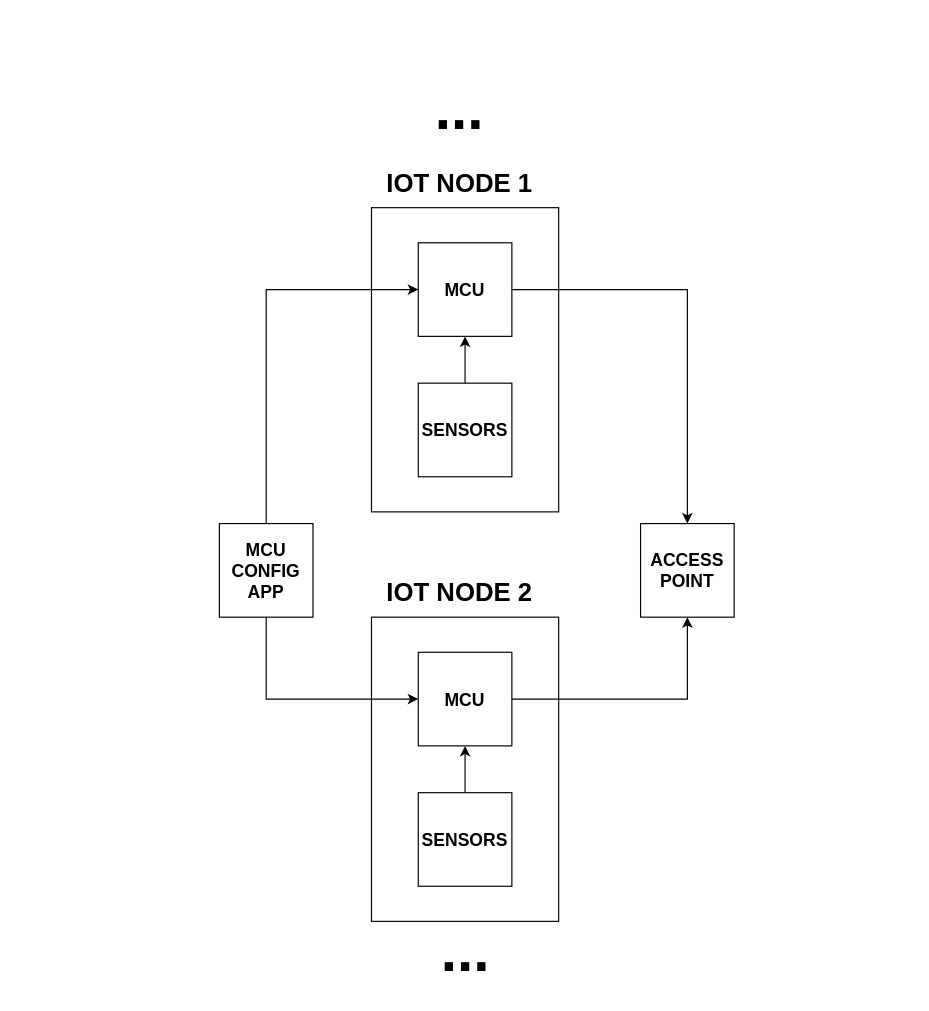
Before: Documentation/Diagrams/IoT Node Diagram.drawio in MiguelRocha2001/PS-Monitor-IoT-System, a draw.io diagram. Source tidied: cells renumbered, new cells numbered last; positions are measured from the earlier drawing's top-left corner, leaving out a move shared by most shapes. Both pictures are drawn from the tidied source at 117%, with x=0, y=0 at pixel (219, 67).
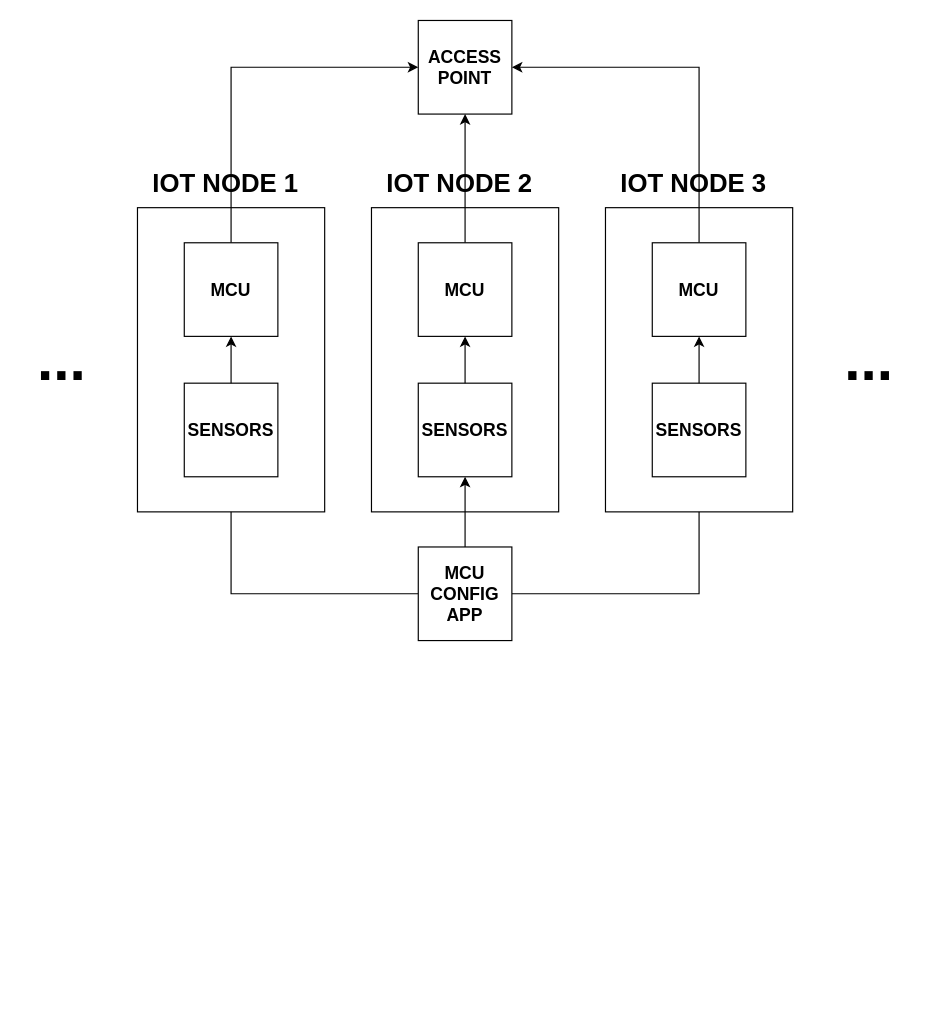
Above is the later version.

Unchanged cells that the change refers to:
```xml
<mxCell id="8" value="MCU" style="whiteSpace=wrap;html=1;fontSize=15;fontStyle=1;" parent="1" vertex="1">
  <mxGeometry x="170" y="150" width="80" height="80" as="geometry" />
</mxCell>
<mxCell id="9" value="SENSORS" style="whiteSpace=wrap;html=1;fontSize=15;fontStyle=1;" parent="1" vertex="1">
  <mxGeometry x="170" y="270" width="80" height="80" as="geometry" />
</mxCell>
```

Change to the diagram source:
```diff
@@
-    <mxCell id="3" style="edgeStyle=orthogonalEdgeStyle;rounded=0;jettySize=auto;html=1;fontStyle=1;" parent="1" edge="1" source="8" target="6">
-      <mxGeometry relative="1" as="geometry" />
-    </mxCell>
-    <mxCell id="4" style="edgeStyle=orthogonalEdgeStyle;rounded=0;jettySize=auto;html=1;fontStyle=1;" parent="1" edge="1" source="5" target="8">
-      <mxGeometry relative="1" as="geometry">
-        <Array as="points">
-          <mxPoint x="40" y="190" />
-        </Array>
-      </mxGeometry>
-    </mxCell>
+    <mxCell id="20" style="edgeStyle=orthogonalEdgeStyle;rounded=0;jettySize=auto;html=1;" parent="1" edge="1" source="5" target="9">
+      <mxGeometry relative="1" as="geometry" />
+    </mxCell>
+    <mxCell id="21" style="edgeStyle=orthogonalEdgeStyle;rounded=0;jettySize=auto;html=1;" parent="1" edge="1" source="5" target="15">
+      <mxGeometry relative="1" as="geometry" />
+    </mxCell>
+    <mxCell id="22" style="edgeStyle=orthogonalEdgeStyle;rounded=0;jettySize=auto;html=1;" parent="1" edge="1" source="5" target="27">
+      <mxGeometry relative="1" as="geometry" />
+    </mxCell>
     <mxCell id="5" value="MCU&lt;br&gt;CONFIG&lt;br&gt;APP" style="whiteSpace=wrap;html=1;fontStyle=1;fontSize=15;" parent="1" vertex="1">
-      <mxGeometry y="390" width="80" height="80" as="geometry" />
+      <mxGeometry x="170" y="410" width="80" height="80" as="geometry" />
     </mxCell>
     <mxCell id="6" value="ACCESS POINT" style="whiteSpace=wrap;html=1;fontStyle=1;fontSize=15;" parent="1" vertex="1">
-      <mxGeometry x="360" y="390" width="80" height="80" as="geometry" />
+      <mxGeometry x="170" y="-40" width="80" height="80" as="geometry" />
     </mxCell>
-    <mxCell id="7" value="IOT NODE 1" style="text;html=1;align=center;verticalAlign=middle;strokeColor=none;fillColor=none;fontStyle=1;fontSize=22;" parent="1" vertex="1">
+    <mxCell id="7" value="IOT NODE 2" style="text;html=1;align=center;verticalAlign=middle;strokeColor=none;fillColor=none;fontStyle=1;fontSize=22;" parent="1" vertex="1">
       <mxGeometry x="130" y="80" width="150" height="40" as="geometry" />
     </mxCell>
+    <mxCell id="3" style="edgeStyle=orthogonalEdgeStyle;rounded=0;jettySize=auto;html=1;" parent="1" edge="1" source="8" target="6">
+      <mxGeometry relative="1" as="geometry" />
+    </mxCell>
@@
     <mxCell id="10" style="rounded=0;whiteSpace=wrap;html=1;fontStyle=1;" parent="1" vertex="1">
-      <mxGeometry x="130" y="470" width="160" height="260" as="geometry" />
+      <mxGeometry x="-70" y="120" width="160" height="260" as="geometry" />
     </mxCell>
@@
-    <mxCell id="12" value="IOT NODE 2" style="text;html=1;align=center;verticalAlign=middle;strokeColor=none;fillColor=none;fontStyle=1;fontSize=22;" parent="1" vertex="1">
-      <mxGeometry x="130" y="430" width="150" height="40" as="geometry" />
+    <mxCell id="12" value="IOT NODE 1" style="text;html=1;align=center;verticalAlign=middle;strokeColor=none;fillColor=none;fontStyle=1;fontSize=22;" parent="1" vertex="1">
+      <mxGeometry x="-70" y="80" width="150" height="40" as="geometry" />
     </mxCell>
     <mxCell id="13" style="edgeStyle=orthogonalEdgeStyle;rounded=0;jettySize=auto;html=1;" parent="1" edge="1" source="14" target="6">
-      <mxGeometry relative="1" as="geometry" />
+      <mxGeometry relative="1" as="geometry">
+        <Array as="points">
+          <mxPoint x="10" />
+        </Array>
+      </mxGeometry>
     </mxCell>
     <mxCell id="14" value="MCU" style="whiteSpace=wrap;html=1;fontSize=15;fontStyle=1;" parent="1" vertex="1">
-      <mxGeometry x="170" y="500" width="80" height="80" as="geometry" />
+      <mxGeometry x="-30" y="150" width="80" height="80" as="geometry" />
     </mxCell>
     <mxCell id="15" value="SENSORS" style="whiteSpace=wrap;html=1;fontSize=15;fontStyle=1;" parent="1" vertex="1">
-      <mxGeometry x="170" y="620" width="80" height="80" as="geometry" />
+      <mxGeometry x="-30" y="270" width="80" height="80" as="geometry" />
     </mxCell>
@@
-    <mxCell id="17" style="edgeStyle=orthogonalEdgeStyle;rounded=0;jettySize=auto;html=1;" parent="1" edge="1" source="5" target="14">
-      <mxGeometry relative="1" as="geometry">
-        <Array as="points">
-          <mxPoint x="40" y="540" />
-        </Array>
-      </mxGeometry>
-    </mxCell>
     <mxCell id="18" value="..." style="text;html=1;align=center;verticalAlign=middle;strokeColor=none;fillColor=none;fontSize=50;fontStyle=1;" parent="1" vertex="1">
-      <mxGeometry x="175" y="720" width="70" height="70" as="geometry" />
+      <mxGeometry x="-170" y="215" width="70" height="70" as="geometry" />
     </mxCell>
     <mxCell id="19" value="..." style="text;html=1;align=center;verticalAlign=middle;strokeColor=none;fillColor=none;fontSize=50;fontStyle=1;" parent="1" vertex="1">
-      <mxGeometry x="170" width="70" height="70" as="geometry" />
+      <mxGeometry x="520" y="215" width="70" height="70" as="geometry" />
     </mxCell>
+    <mxCell id="23" style="rounded=0;whiteSpace=wrap;html=1;fontStyle=1;" parent="1" vertex="1">
+      <mxGeometry x="330" y="120" width="160" height="260" as="geometry" />
+    </mxCell>
+    <mxCell id="24" value="IOT NODE 3" style="text;html=1;align=center;verticalAlign=middle;strokeColor=none;fillColor=none;fontStyle=1;fontSize=22;" parent="1" vertex="1">
+      <mxGeometry x="330" y="80" width="150" height="40" as="geometry" />
+    </mxCell>
+    <mxCell id="25" style="edgeStyle=orthogonalEdgeStyle;rounded=0;jettySize=auto;html=1;" parent="1" edge="1" source="26" target="6">
+      <mxGeometry relative="1" as="geometry">
+        <Array as="points">
+          <mxPoint x="410" />
+        </Array>
+      </mxGeometry>
+    </mxCell>
+    <mxCell id="26" value="MCU" style="whiteSpace=wrap;html=1;fontSize=15;fontStyle=1;" parent="1" vertex="1">
+      <mxGeometry x="370" y="150" width="80" height="80" as="geometry" />
+    </mxCell>
+    <mxCell id="27" value="SENSORS" style="whiteSpace=wrap;html=1;fontSize=15;fontStyle=1;" parent="1" vertex="1">
+      <mxGeometry x="370" y="270" width="80" height="80" as="geometry" />
+    </mxCell>
+    <mxCell id="28" style="edgeStyle=orthogonalEdgeStyle;rounded=0;jettySize=auto;html=1;fontStyle=1;" parent="1" edge="1" source="27" target="26">
+      <mxGeometry relative="1" as="geometry" />
+    </mxCell>
```
